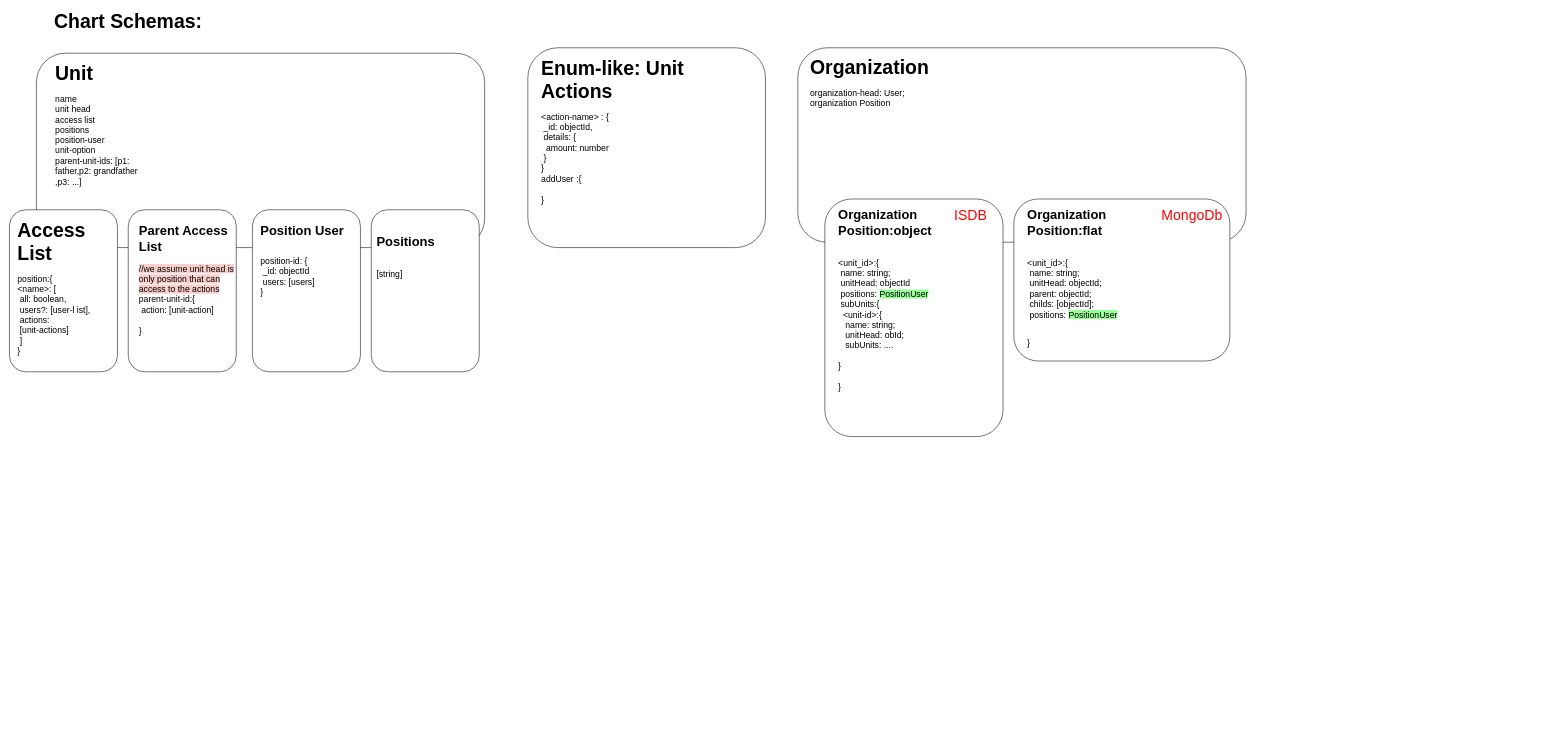
Earlier version of the draw.io diagram page "schema" (2 of 3) of Untitled Diagram.drawio (etefaghian/barg). Source tidied: cells renumbered, new cells numbered last; positions are measured from the earlier drawing's top-left corner, leaving out a move shared by most shapes. Both pictures are drawn from the tidied source at 54%, with x=0, y=0 at pixel (9, 15).
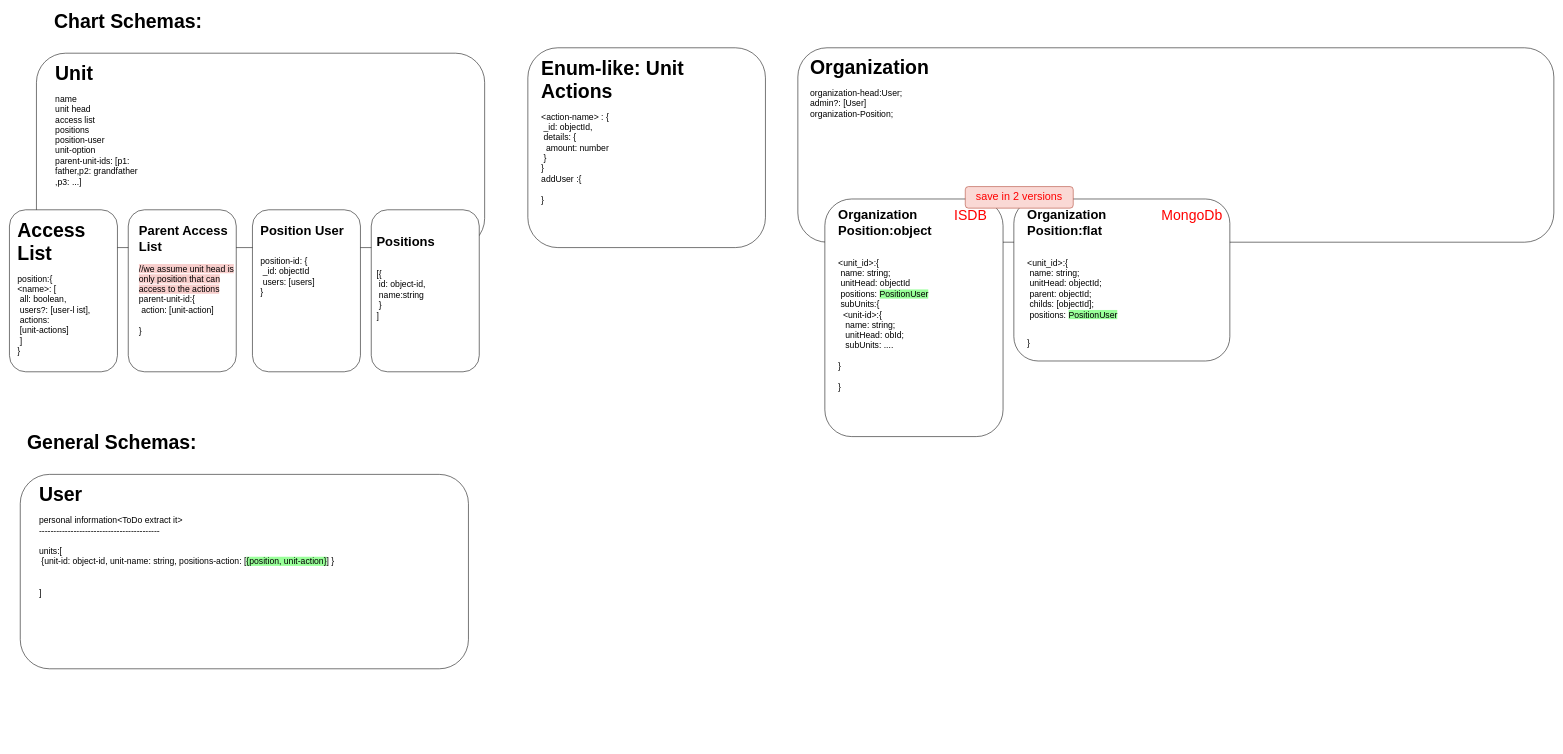
After the change.

Commit message:
add user schema

Diff of the diagram source:
```diff
@@
     <mxCell id="12" style="rounded=1;whiteSpace=wrap;html=1;fillColor=#FFFFFF;" parent="1" vertex="1">
-      <mxGeometry x="1460" y="60" width="830" height="360" as="geometry" />
+      <mxGeometry x="1460" y="60" width="1400" height="360" as="geometry" />
     </mxCell>
@@
-    <mxCell id="14" value="&lt;h1&gt;&lt;span style=&quot;font-size: 36px&quot;&gt;Organization&amp;nbsp;&lt;/span&gt;&lt;/h1&gt;&lt;div&gt;&lt;span style=&quot;font-size: medium&quot;&gt;organization-head: User;&lt;/span&gt;&lt;br&gt;&lt;/div&gt;&lt;font size=&quot;3&quot;&gt;organization Position&lt;/font&gt;&lt;span style=&quot;font-size: medium&quot;&gt;&lt;br&gt;&lt;/span&gt;&lt;font size=&quot;3&quot;&gt;&lt;br&gt;&lt;/font&gt;&lt;div&gt;&lt;font size=&quot;3&quot;&gt;&lt;br&gt;&lt;/font&gt;&lt;/div&gt;" style="text;html=1;strokeColor=none;fillColor=none;spacing=5;spacingTop=-20;whiteSpace=wrap;overflow=hidden;rounded=0;" parent="1" vertex="1">
+    <mxCell id="14" value="&lt;h1&gt;&lt;span style=&quot;font-size: 36px&quot;&gt;Organization&amp;nbsp;&lt;/span&gt;&lt;/h1&gt;&lt;div&gt;&lt;span style=&quot;font-size: medium&quot;&gt;organization-head:User;&lt;/span&gt;&lt;br&gt;&lt;/div&gt;&lt;div&gt;&lt;span style=&quot;font-size: medium&quot;&gt;admin?: [User]&lt;/span&gt;&lt;/div&gt;&lt;font size=&quot;3&quot;&gt;organization-Position;&lt;/font&gt;&lt;span style=&quot;font-size: medium&quot;&gt;&lt;br&gt;&lt;/span&gt;&lt;font size=&quot;3&quot;&gt;&lt;br&gt;&lt;/font&gt;&lt;div&gt;&lt;font size=&quot;3&quot;&gt;&lt;br&gt;&lt;/font&gt;&lt;/div&gt;" style="text;html=1;strokeColor=none;fillColor=none;spacing=5;spacingTop=-20;whiteSpace=wrap;overflow=hidden;rounded=0;" parent="1" vertex="1">
       <mxGeometry x="1478" y="69" width="310" height="490" as="geometry" />
     </mxCell>
@@
-    <mxCell id="16" value="&lt;h1&gt;Positions&lt;/h1&gt;&lt;div&gt;&lt;span style=&quot;font-size: medium&quot;&gt;&lt;br&gt;&lt;/span&gt;&lt;/div&gt;&lt;div&gt;&lt;span style=&quot;font-size: medium&quot;&gt;[string]&lt;/span&gt;&lt;br&gt;&lt;/div&gt;&lt;div&gt;&lt;font size=&quot;3&quot;&gt;&lt;br&gt;&lt;/font&gt;&lt;/div&gt;&lt;div&gt;&lt;font size=&quot;3&quot;&gt;&lt;br&gt;&lt;/font&gt;&lt;/div&gt;&lt;div&gt;&lt;br&gt;&lt;/div&gt;" style="text;html=1;strokeColor=none;fillColor=none;spacing=5;spacingTop=-20;whiteSpace=wrap;overflow=hidden;rounded=0;" parent="1" vertex="1">
+    <mxCell id="16" value="&lt;h1&gt;Positions&lt;/h1&gt;&lt;div&gt;&lt;span style=&quot;font-size: medium&quot;&gt;&lt;br&gt;&lt;/span&gt;&lt;/div&gt;&lt;div&gt;&lt;span style=&quot;font-size: medium&quot;&gt;[{&lt;/span&gt;&lt;/div&gt;&lt;div&gt;&lt;span style=&quot;font-size: medium&quot;&gt;&lt;span style=&quot;white-space: pre&quot;&gt; &lt;/span&gt;id: object-id, &lt;span style=&quot;white-space: pre&quot;&gt; &lt;/span&gt;name:string&lt;/span&gt;&lt;/div&gt;&lt;div&gt;&lt;span style=&quot;font-size: medium&quot;&gt;&lt;span style=&quot;white-space: pre&quot;&gt; &lt;/span&gt;}&lt;/span&gt;&lt;/div&gt;&lt;div&gt;&lt;span style=&quot;font-size: medium&quot;&gt;]&lt;/span&gt;&lt;br&gt;&lt;/div&gt;&lt;div&gt;&lt;font size=&quot;3&quot;&gt;&lt;br&gt;&lt;/font&gt;&lt;/div&gt;&lt;div&gt;&lt;font size=&quot;3&quot;&gt;&lt;br&gt;&lt;/font&gt;&lt;/div&gt;&lt;div&gt;&lt;br&gt;&lt;/div&gt;" style="text;html=1;strokeColor=none;fillColor=none;spacing=5;spacingTop=-20;whiteSpace=wrap;overflow=hidden;rounded=0;" parent="1" vertex="1">
       <mxGeometry x="675" y="400" width="190" height="490" as="geometry" />
     </mxCell>
@@
+    <mxCell id="23" value="&lt;font color=&quot;#ff0000&quot; style=&quot;font-size: 20px&quot;&gt;save in 2 versions&lt;/font&gt;" style="rounded=1;whiteSpace=wrap;html=1;fillColor=#fad9d5;verticalAlign=top;strokeColor=#ae4132;" parent="1" vertex="1">
+      <mxGeometry x="1770" y="317" width="200" height="40" as="geometry" />
+    </mxCell>
+    <mxCell id="24" value="&lt;font style=&quot;font-size: 36px&quot;&gt;&lt;b&gt;General Schemas:&amp;nbsp;&lt;/b&gt;&lt;/font&gt;" style="text;html=1;strokeColor=none;fillColor=none;align=center;verticalAlign=middle;whiteSpace=wrap;rounded=0;" parent="1" vertex="1">
+      <mxGeometry x="10" y="780" width="370" height="20" as="geometry" />
+    </mxCell>
+    <mxCell id="25" style="rounded=1;whiteSpace=wrap;html=1;fillColor=#FFFFFF;" parent="1" vertex="1">
+      <mxGeometry x="20" y="850" width="830" height="360" as="geometry" />
+    </mxCell>
+    <mxCell id="26" value="&lt;h1&gt;&lt;font style=&quot;font-size: 36px&quot;&gt;User&lt;/font&gt;&lt;/h1&gt;&lt;div&gt;&lt;font size=&quot;3&quot;&gt;personal information&amp;lt;ToDo extract it&amp;gt;&lt;/font&gt;&lt;/div&gt;&lt;div&gt;&lt;font size=&quot;3&quot;&gt;------------------------------------------&lt;/font&gt;&lt;/div&gt;&lt;div&gt;&lt;font size=&quot;3&quot;&gt;&lt;br&gt;&lt;/font&gt;&lt;/div&gt;&lt;div&gt;&lt;font size=&quot;3&quot;&gt;units:[&lt;/font&gt;&lt;/div&gt;&lt;div&gt;&lt;font size=&quot;3&quot;&gt;&lt;span style=&quot;white-space: pre&quot;&gt; &lt;/span&gt;{unit-id: object-id, unit-name: string, positions-action: [&lt;span style=&quot;background-color: rgb(153 , 255 , 153)&quot;&gt;{position, unit-action}&lt;/span&gt;] }&lt;br&gt;&lt;/font&gt;&lt;/div&gt;&lt;div&gt;&lt;font size=&quot;3&quot;&gt;&lt;br&gt;&lt;/font&gt;&lt;/div&gt;&lt;div&gt;&lt;font size=&quot;3&quot;&gt;&lt;br&gt;&lt;/font&gt;&lt;/div&gt;&lt;div&gt;&lt;font size=&quot;3&quot;&gt;]&amp;nbsp;&lt;/font&gt;&lt;/div&gt;&lt;div&gt;&lt;font size=&quot;3&quot;&gt;&lt;br&gt;&lt;/font&gt;&lt;/div&gt;&lt;div&gt;&lt;font size=&quot;3&quot;&gt;&lt;br&gt;&lt;/font&gt;&lt;/div&gt;" style="text;html=1;strokeColor=none;fillColor=none;spacing=5;spacingTop=-20;whiteSpace=wrap;overflow=hidden;rounded=0;" parent="1" vertex="1">
+      <mxGeometry x="50" y="860" width="630" height="490" as="geometry" />
+    </mxCell>
```
